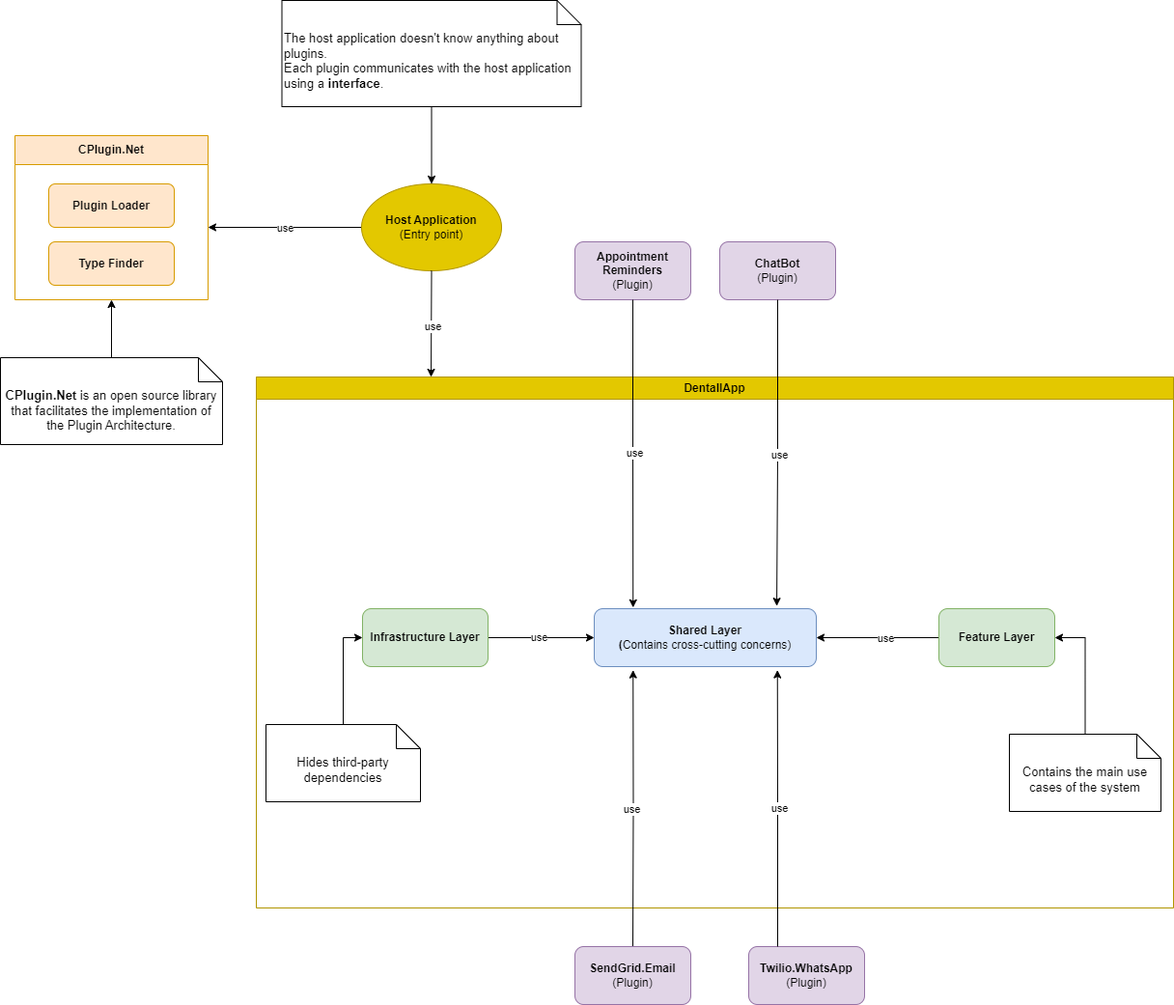
This is diagrams/general-architecture.png from DentallApp/back-end, a draw.io export, as it was before one commit. Source tidied: cells renumbered, new cells last; positions are measured from the earlier drawing's top-left corner, leaving out a move shared by most shapes.
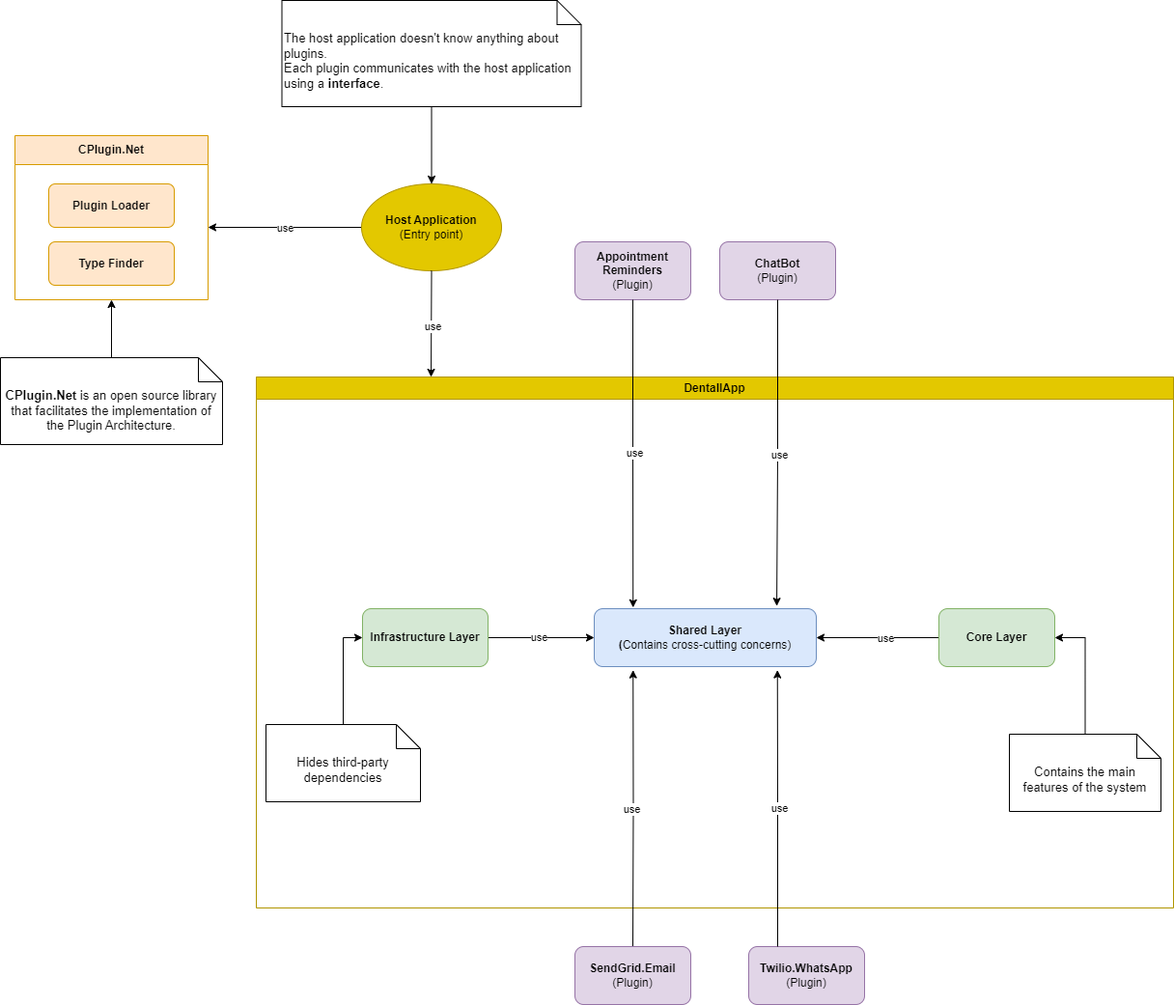
The same file after the commit.

Change to the diagram source:
```diff
@@ -20,13 +20,13 @@
     <mxCell id="7" value="use" style="edgeLabel;html=1;align=center;verticalAlign=middle;" parent="6" vertex="1">
       <mxGeometry x="-0.11" relative="1" as="geometry" />
     </mxCell>
-    <mxCell id="8" value="&lt;b&gt;Feature Layer&lt;/b&gt;" style="rounded=1;whiteSpace=wrap;html=1;fillColor=#d5e8d4;strokeColor=#82b366;" parent="2" vertex="1">
+    <mxCell id="8" value="&lt;b&gt;Core Layer&lt;/b&gt;" style="rounded=1;whiteSpace=wrap;html=1;fillColor=#d5e8d4;strokeColor=#82b366;" parent="2" vertex="1">
       <mxGeometry x="707" y="240" width="120" height="60" as="geometry" />
     </mxCell>
     <mxCell id="9" style="edgeStyle=orthogonalEdgeStyle;rounded=0;jettySize=auto;html=1;entryX=1;entryY=0.5;entryDx=0;entryDy=0;" parent="2" edge="1" source="10" target="8">
       <mxGeometry relative="1" as="geometry" />
     </mxCell>
-    <mxCell id="10" value="&lt;font style=&quot;font-size: 13px;&quot;&gt;Contains the main use cases of the system&lt;/font&gt;" style="shape=note2;boundedLbl=1;whiteSpace=wrap;html=1;size=25;verticalAlign=top;align=center;" parent="2" vertex="1">
+    <mxCell id="10" value="&lt;font style=&quot;font-size: 13px;&quot;&gt;Contains the main features of the system&lt;/font&gt;" style="shape=note2;boundedLbl=1;whiteSpace=wrap;html=1;size=25;verticalAlign=top;align=center;" parent="2" vertex="1">
       <mxGeometry x="780" y="370" width="157" height="80" as="geometry" />
     </mxCell>
     <mxCell id="11" value="&lt;b&gt;Shared Layer&lt;br&gt;(&lt;/b&gt;Contains cross-cutting concerns)&lt;b&gt;&lt;br&gt;&lt;/b&gt;" style="rounded=1;whiteSpace=wrap;html=1;fillColor=#dae8fc;strokeColor=#6c8ebf;" parent="2" vertex="1">
```
